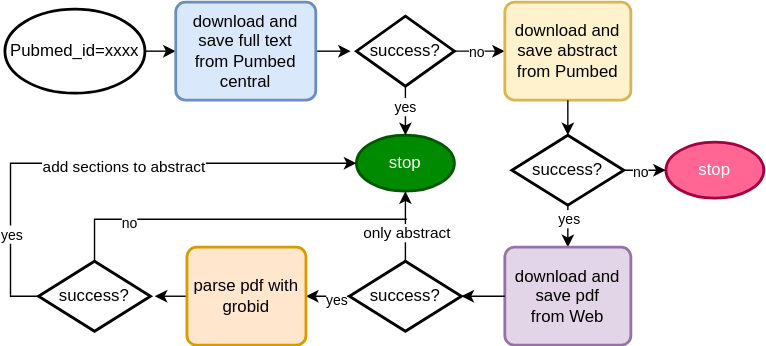
Above: images/pdf_extractor.drawio.svg in journeadrien/scholar2sql (draw.io), before the change. Source tidied: cells renumbered, new cells last; positions are measured from the earlier drawing's top-left corner, leaving out a move shared by most shapes.
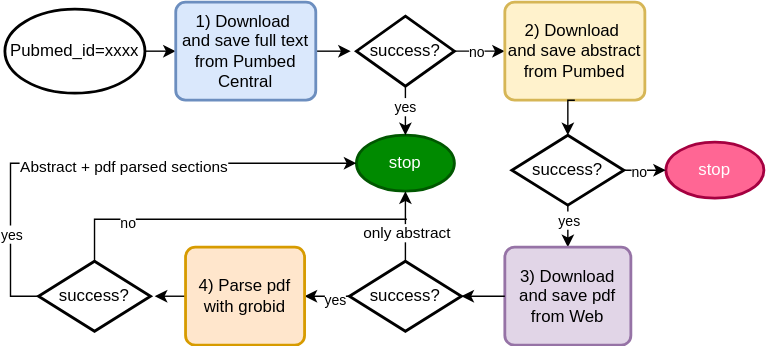
After the commit.

The edit, as a diff of the source:
```diff
@@ -13,7 +13,7 @@
         <mxPoint x="247" y="35" as="targetPoint" />
       </mxGeometry>
     </mxCell>
-    <mxCell id="5" value="download and save full text&lt;div&gt;from Pumbed central&lt;/div&gt;" style="rounded=1;whiteSpace=wrap;html=1;absoluteArcSize=1;arcSize=14;strokeWidth=2;fillColor=#dae8fc;strokeColor=#6c8ebf;" parent="1" vertex="1">
+    <mxCell id="5" value="1) Download&amp;nbsp;&lt;div&gt;and save full text&lt;div&gt;from Pumbed Central&lt;/div&gt;&lt;/div&gt;" style="rounded=1;whiteSpace=wrap;html=1;absoluteArcSize=1;arcSize=14;strokeWidth=2;fillColor=#dae8fc;strokeColor=#6c8ebf;" parent="1" vertex="1">
       <mxGeometry x="122" width="100" height="70" as="geometry" />
     </mxCell>
     <mxCell id="6" style="edgeStyle=orthogonalEdgeStyle;rounded=0;jettySize=auto;html=1;exitX=1;exitY=0.5;exitDx=0;exitDy=0;exitPerimeter=0;entryX=0;entryY=0.5;entryDx=0;entryDy=0;" parent="1" edge="1" source="8" target="10">
@@ -28,8 +28,8 @@
     <mxCell id="9" value="stop" style="strokeWidth=2;html=1;shape=mxgraph.flowchart.start_1;whiteSpace=wrap;fillColor=#008a00;strokeColor=#005700;fontColor=#ffffff;" parent="1" vertex="1">
       <mxGeometry x="251" y="95" width="70" height="40" as="geometry" />
     </mxCell>
-    <mxCell id="10" value="download and save abstract&lt;div&gt;from Pumbed&lt;/div&gt;" style="rounded=1;whiteSpace=wrap;html=1;absoluteArcSize=1;arcSize=14;strokeWidth=2;fillColor=#fff2cc;strokeColor=#d6b656;" parent="1" vertex="1">
-      <mxGeometry x="357" width="90" height="70" as="geometry" />
+    <mxCell id="10" value="2) Download&amp;nbsp;&lt;div&gt;and save abstract&lt;div&gt;from Pumbed&lt;/div&gt;&lt;/div&gt;" style="rounded=1;whiteSpace=wrap;html=1;absoluteArcSize=1;arcSize=14;strokeWidth=2;fillColor=#fff2cc;strokeColor=#d6b656;align=center;" parent="1" vertex="1">
+      <mxGeometry x="357" width="100" height="70" as="geometry" />
     </mxCell>
     <mxCell id="11" style="edgeStyle=orthogonalEdgeStyle;rounded=0;jettySize=auto;html=1;exitX=0.5;exitY=1;exitDx=0;exitDy=0;exitPerimeter=0;" parent="1" edge="1" source="13" target="18">
       <mxGeometry relative="1" as="geometry" />
@@ -56,7 +56,7 @@
         <mxPoint x="1" y="-4" as="offset" />
       </mxGeometry>
     </mxCell>
-    <mxCell id="18" value="download and save pdf&lt;div&gt;from Web&lt;/div&gt;" style="rounded=1;whiteSpace=wrap;html=1;absoluteArcSize=1;arcSize=14;strokeWidth=2;fillColor=#e1d5e7;strokeColor=#9673a6;" parent="1" vertex="1">
+    <mxCell id="18" value="3) Download and save pdf&lt;div&gt;from Web&lt;/div&gt;" style="rounded=1;whiteSpace=wrap;html=1;absoluteArcSize=1;arcSize=14;strokeWidth=2;fillColor=#e1d5e7;strokeColor=#9673a6;" parent="1" vertex="1">
       <mxGeometry x="357" y="175" width="90" height="70" as="geometry" />
     </mxCell>
     <mxCell id="19" style="edgeStyle=orthogonalEdgeStyle;rounded=0;jettySize=auto;html=1;exitX=0.5;exitY=1;exitDx=0;exitDy=0;entryX=0.5;entryY=0;entryDx=0;entryDy=0;entryPerimeter=0;" parent="1" edge="1" source="10" target="13">
@@ -79,8 +79,8 @@
         <mxPoint x="107" y="209.7" as="targetPoint" />
       </mxGeometry>
     </mxCell>
-    <mxCell id="25" value="parse pdf with grobid" style="rounded=1;whiteSpace=wrap;html=1;absoluteArcSize=1;arcSize=14;strokeWidth=2;fillColor=#ffe6cc;strokeColor=#d79b00;" parent="1" vertex="1">
-      <mxGeometry x="130" y="175" width="85" height="70" as="geometry" />
+    <mxCell id="25" value="4) Parse pdf with grobid" style="rounded=1;whiteSpace=wrap;html=1;absoluteArcSize=1;arcSize=14;strokeWidth=2;fillColor=#ffe6cc;strokeColor=#d79b00;" parent="1" vertex="1">
+      <mxGeometry x="129" y="175" width="85" height="70" as="geometry" />
     </mxCell>
     <mxCell id="26" style="edgeStyle=orthogonalEdgeStyle;rounded=0;jettySize=auto;html=1;exitX=0.5;exitY=0;exitDx=0;exitDy=0;exitPerimeter=0;endArrow=none;endFill=0;" parent="1" edge="1" source="28">
       <mxGeometry relative="1" as="geometry">
@@ -107,7 +107,7 @@
     <mxCell id="30" style="edgeStyle=orthogonalEdgeStyle;rounded=0;jettySize=auto;html=1;exitX=0;exitY=0.5;exitDx=0;exitDy=0;exitPerimeter=0;entryX=0;entryY=0.5;entryDx=0;entryDy=0;entryPerimeter=0;" parent="1" edge="1" source="28" target="9">
       <mxGeometry relative="1" as="geometry" />
     </mxCell>
-    <mxCell id="31" value="add sections to abstract" style="edgeLabel;html=1;align=center;verticalAlign=middle;" parent="30" vertex="1">
+    <mxCell id="31" value="Abstract + pdf parsed sections" style="edgeLabel;html=1;align=center;verticalAlign=middle;" parent="30" vertex="1">
       <mxGeometry x="0.08" y="-2" relative="1" as="geometry" />
     </mxCell>
     <mxCell id="32" value="&lt;font style=&quot;font-size: 10px;&quot;&gt;yes&lt;/font&gt;" style="edgeLabel;html=1;align=center;verticalAlign=middle;" parent="30" vertex="1">
```
